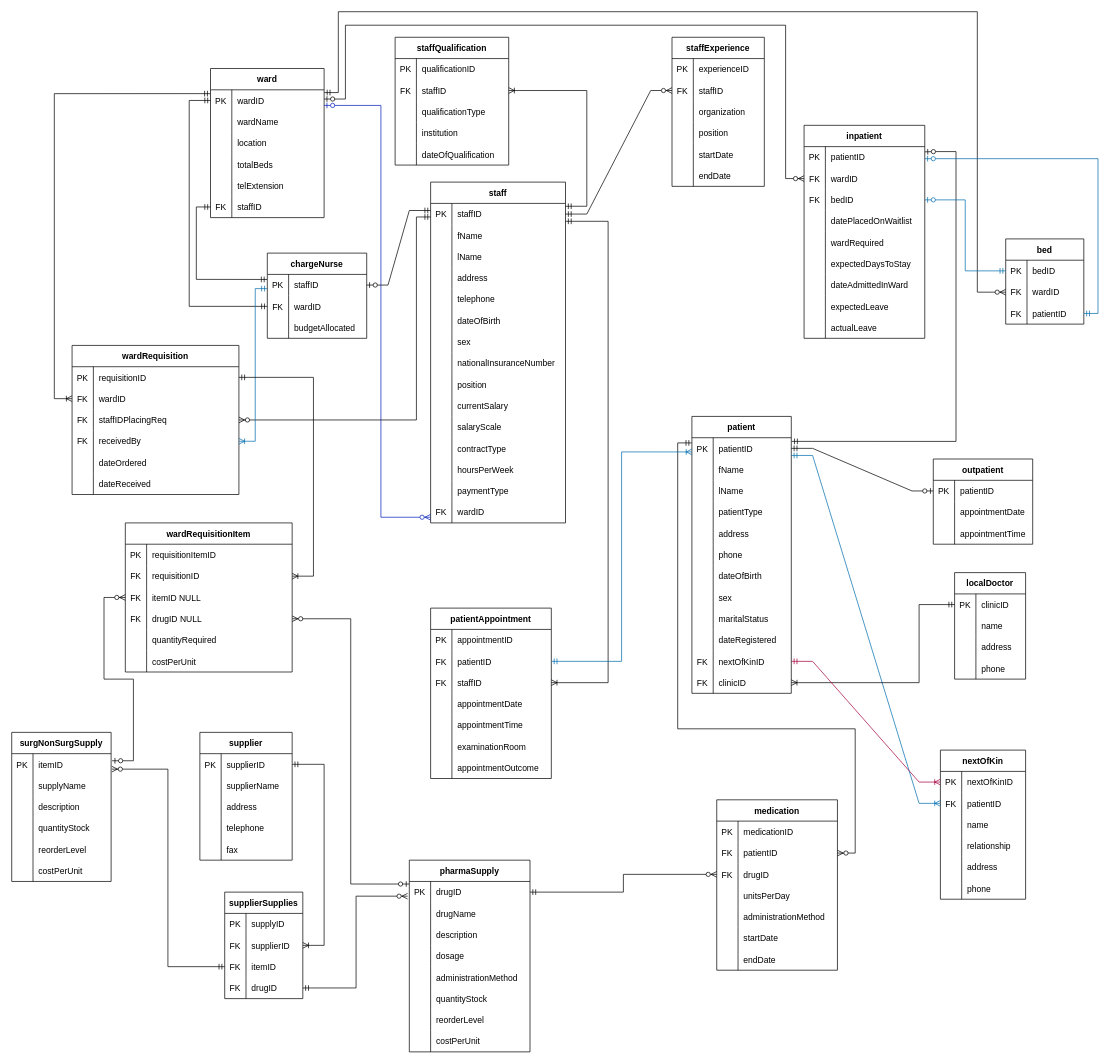
The draw.io diagram page "ERD" (3 of 3) of meadows.drawio in reynchick/meadows, before the edit. Source tidied: cells renumbered, new cells numbered last; positions are measured from the earlier drawing's top-left corner, leaving out a move shared by most shapes. Both pictures are drawn from the tidied source at 71%, with x=0, y=0 at pixel (-13, 11).
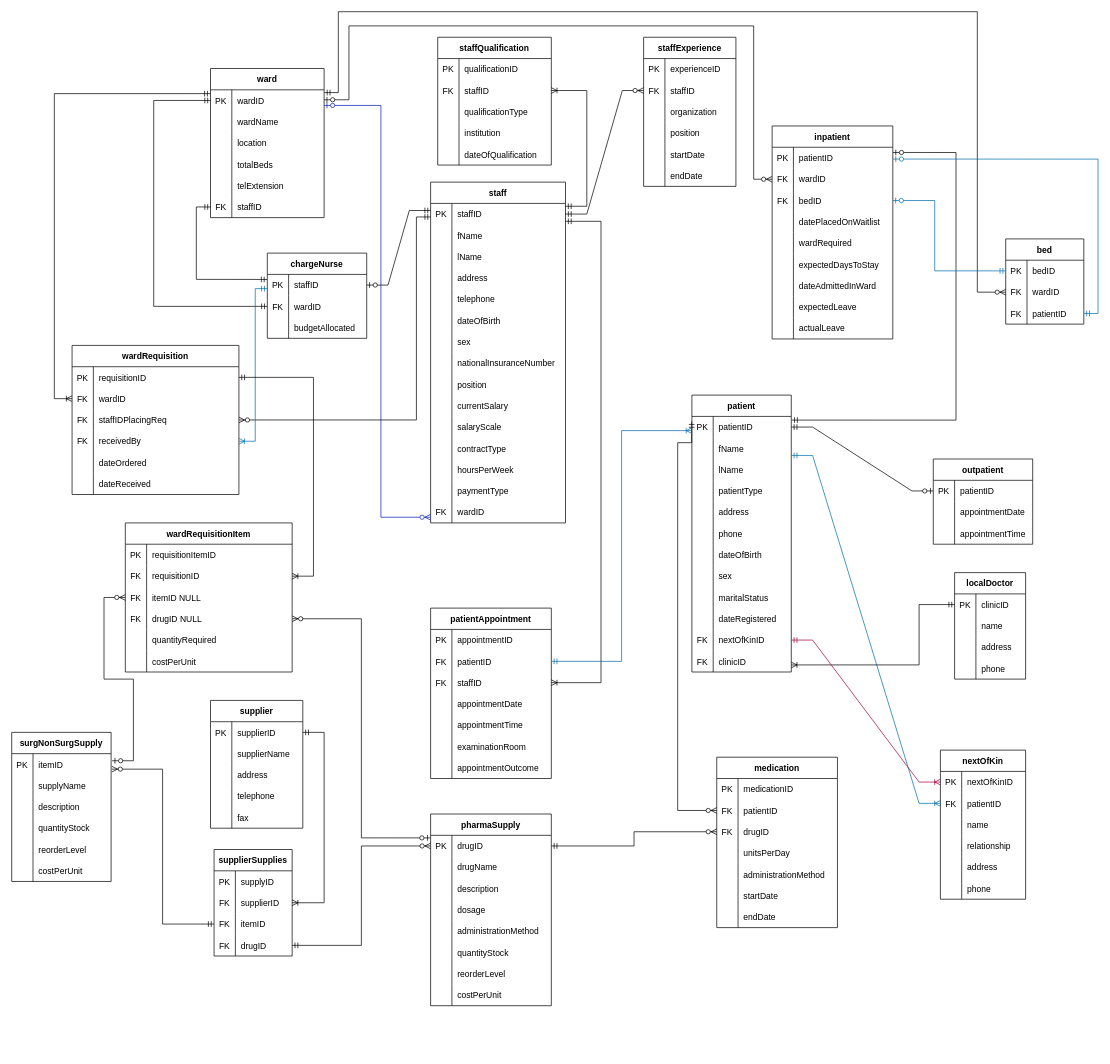
After the change.

Unchanged cells that the change refers to:
```xml
<mxCell id="3" style="shape=tableRow;horizontal=0;startSize=0;swimlaneHead=0;swimlaneBody=0;fillColor=none;points=[[0,0.5],[1,0.5]];portConstraint=eastwest;strokeColor=inherit;top=0;left=0;right=0;bottom=0;" parent="2" vertex="1">
  <mxGeometry y="30" width="160" height="30" as="geometry" />
</mxCell>
<mxCell id="22" style="shape=tableRow;horizontal=0;startSize=0;swimlaneHead=0;swimlaneBody=0;fillColor=none;points=[[0,0.5],[1,0.5]];portConstraint=eastwest;strokeColor=inherit;top=0;left=0;right=0;bottom=0;" parent="21" vertex="1">
  <mxGeometry y="30" width="190" height="30" as="geometry" />
</mxCell>
<mxCell id="106" style="shape=tableRow;horizontal=0;startSize=0;swimlaneHead=0;swimlaneBody=0;fillColor=none;points=[[0,0.5],[1,0.5]];portConstraint=eastwest;strokeColor=inherit;top=0;left=0;right=0;bottom=0;" parent="102" vertex="1">
  <mxGeometry y="60" width="140" height="30" as="geometry" />
</mxCell>
<mxCell id="113" style="shape=tableRow;horizontal=0;startSize=0;swimlaneHead=0;swimlaneBody=0;fillColor=none;points=[[0,0.5],[1,0.5]];portConstraint=eastwest;strokeColor=inherit;top=0;left=0;right=0;bottom=0;" parent="112" vertex="1">
  <mxGeometry y="30" width="140" height="30" as="geometry" />
</mxCell>
<mxCell id="146" style="shape=tableRow;horizontal=0;startSize=0;swimlaneHead=0;swimlaneBody=0;fillColor=none;points=[[0,0.5],[1,0.5]];portConstraint=eastwest;strokeColor=inherit;top=0;left=0;right=0;bottom=0;" parent="112" vertex="1">
  <mxGeometry y="360" width="140" height="30" as="geometry" />
</mxCell>
<mxCell id="169" style="shape=tableRow;horizontal=0;startSize=0;swimlaneHead=0;swimlaneBody=0;fillColor=none;points=[[0,0.5],[1,0.5]];portConstraint=eastwest;strokeColor=inherit;top=0;left=0;right=0;bottom=0;" parent="168" vertex="1">
  <mxGeometry y="30" width="100" height="30" as="geometry" />
</mxCell>
<mxCell id="188" style="shape=tableRow;horizontal=0;startSize=0;swimlaneHead=0;swimlaneBody=0;fillColor=none;points=[[0,0.5],[1,0.5]];portConstraint=eastwest;strokeColor=inherit;top=0;left=0;right=0;bottom=0;" parent="181" vertex="1">
  <mxGeometry y="90" width="170" height="30" as="geometry" />
</mxCell>
<mxCell id="204" style="shape=tableRow;horizontal=0;startSize=0;swimlaneHead=0;swimlaneBody=0;fillColor=none;points=[[0,0.5],[1,0.5]];portConstraint=eastwest;strokeColor=inherit;top=0;left=0;right=0;bottom=0;" parent="203" vertex="1">
  <mxGeometry y="30" width="170" height="30" as="geometry" />
</mxCell>
<mxCell id="207" style="shape=tableRow;horizontal=0;startSize=0;swimlaneHead=0;swimlaneBody=0;fillColor=none;points=[[0,0.5],[1,0.5]];portConstraint=eastwest;strokeColor=inherit;top=0;left=0;right=0;bottom=0;" parent="203" vertex="1">
  <mxGeometry y="60" width="170" height="30" as="geometry" />
</mxCell>
<mxCell id="210" style="shape=tableRow;horizontal=0;startSize=0;swimlaneHead=0;swimlaneBody=0;fillColor=none;points=[[0,0.5],[1,0.5]];portConstraint=eastwest;strokeColor=inherit;top=0;left=0;right=0;bottom=0;" parent="203" vertex="1">
  <mxGeometry y="90" width="170" height="30" as="geometry" />
</mxCell>
<mxCell id="232" style="shape=tableRow;horizontal=0;startSize=0;swimlaneHead=0;swimlaneBody=0;fillColor=none;points=[[0,0.5],[1,0.5]];portConstraint=eastwest;strokeColor=inherit;top=0;left=0;right=0;bottom=0;" parent="231" vertex="1">
  <mxGeometry y="30" width="110" height="30" as="geometry" />
</mxCell>
<mxCell id="238" style="shape=tableRow;horizontal=0;startSize=0;swimlaneHead=0;swimlaneBody=0;fillColor=none;points=[[0,0.5],[1,0.5]];portConstraint=eastwest;strokeColor=inherit;top=0;left=0;right=0;bottom=0;" parent="231" vertex="1">
  <mxGeometry y="90" width="110" height="30" as="geometry" />
</mxCell>
<mxCell id="245" style="shape=tableRow;horizontal=0;startSize=0;swimlaneHead=0;swimlaneBody=0;fillColor=none;points=[[0,0.5],[1,0.5]];portConstraint=eastwest;strokeColor=inherit;top=0;left=0;right=0;bottom=0;" parent="241" vertex="1">
  <mxGeometry y="60" width="170" height="30" as="geometry" />
</mxCell>
<mxCell id="289" style="shape=tableRow;horizontal=0;startSize=0;swimlaneHead=0;swimlaneBody=0;fillColor=none;points=[[0,0.5],[1,0.5]];portConstraint=eastwest;strokeColor=inherit;top=0;left=0;right=0;bottom=0;" parent="279" vertex="1">
  <mxGeometry y="120" width="110" height="30" as="geometry" />
</mxCell>
<mxCell id="325" style="shape=tableRow;horizontal=0;startSize=0;swimlaneHead=0;swimlaneBody=0;fillColor=none;points=[[0,0.5],[1,0.5]];portConstraint=eastwest;strokeColor=inherit;top=0;left=0;right=0;bottom=0;" parent="324" vertex="1">
  <mxGeometry y="30" width="170" height="30" as="geometry" />
</mxCell>
```

The edit, as a diff of the source:
```diff
@@
     <mxCell id="67" value="staffQualification" style="shape=table;startSize=30;childLayout=tableLayout;rowLines=0;fontStyle=1;align=center;" parent="1" vertex="1">
-      <mxGeometry x="575" y="36" width="160" height="180" as="geometry" />
+      <mxGeometry x="635" y="36" width="160" height="180" as="geometry" />
     </mxCell>
@@
     <mxCell id="83" value="staffExperience" style="shape=table;startSize=30;childLayout=tableLayout;rowLines=0;fontStyle=1;align=center;" parent="1" vertex="1">
-      <mxGeometry x="965" y="36" width="130" height="210" as="geometry" />
+      <mxGeometry x="925" y="36" width="130" height="210" as="geometry" />
     </mxCell>
@@
     <mxCell id="112" value="patient" style="shape=table;startSize=30;childLayout=tableLayout;rowLines=0;fontStyle=1;align=center;" parent="1" vertex="1">
-      <mxGeometry x="993" y="570" width="140" height="390" as="geometry" />
+      <mxGeometry x="993" y="540" width="140" height="390" as="geometry" />
     </mxCell>
@@
     <mxCell id="203" value="inpatient" style="shape=table;startSize=30;childLayout=tableLayout;rowLines=0;fontStyle=1;align=center;" parent="1" vertex="1">
-      <mxGeometry x="1151" y="160" width="170" height="300" as="geometry" />
+      <mxGeometry x="1106" y="160.9" width="170" height="300" as="geometry" />
     </mxCell>
@@
     <mxCell id="241" value="medication" style="shape=table;startSize=30;childLayout=tableLayout;rowLines=0;fontStyle=1;align=center;" parent="1" vertex="1">
-      <mxGeometry x="1028" y="1110" width="170" height="240" as="geometry" />
+      <mxGeometry x="1028" y="1050" width="170" height="240" as="geometry" />
     </mxCell>
@@
     <mxCell id="263" value="supplier" style="shape=table;startSize=30;childLayout=tableLayout;rowLines=0;fontStyle=1;align=center;" parent="1" vertex="1">
-      <mxGeometry x="300" y="1015" width="130" height="180" as="geometry" />
+      <mxGeometry x="315" y="970" width="130" height="180" as="geometry" />
     </mxCell>
@@
     <mxCell id="279" value="supplierSupplies" style="shape=table;startSize=30;childLayout=tableLayout;rowLines=0;fontStyle=1;align=center;" parent="1" vertex="1">
-      <mxGeometry x="335" y="1240" width="110" height="150" as="geometry" />
+      <mxGeometry x="320" y="1180" width="110" height="150" as="geometry" />
     </mxCell>
@@
     <mxCell id="324" value="pharmaSupply" style="shape=table;startSize=30;childLayout=tableLayout;rowLines=0;fontStyle=1;align=center;" parent="1" vertex="1">
-      <mxGeometry x="595" y="1195" width="170" height="270" as="geometry" />
+      <mxGeometry x="625" y="1130" width="170" height="270" as="geometry" />
     </mxCell>
@@
     <mxCell id="388" style="edgeStyle=orthogonalEdgeStyle;fontSize=12;html=1;endArrow=ERoneToMany;startArrow=ERmandOne;rounded=0;exitX=1;exitY=0.84;exitDx=0;exitDy=0;exitPerimeter=0;entryX=1;entryY=0.5;entryDx=0;entryDy=0;" parent="1" edge="1" source="22" target="188">
       <mxGeometry relative="1" as="geometry">
         <Array as="points">
-          <mxPoint x="875" y="295" />
-          <mxPoint x="875" y="945" />
+          <mxPoint x="865" y="295" />
+          <mxPoint x="865" y="945" />
         </Array>
       </mxGeometry>
     </mxCell>
@@
     <mxCell id="391" style="edgeStyle=orthogonalEdgeStyle;fontSize=12;html=1;endArrow=ERmandOne;startArrow=ERmandOne;rounded=0;exitX=0;exitY=0.5;exitDx=0;exitDy=0;entryX=0;entryY=0.5;entryDx=0;entryDy=0;" parent="1" edge="1" source="3" target="106">
       <mxGeometry relative="1" as="geometry">
         <Array as="points">
-          <mxPoint x="285" y="125" />
-          <mxPoint x="285" y="415" />
+          <mxPoint x="235" y="125" />
+          <mxPoint x="235" y="415" />
         </Array>
       </mxGeometry>
     </mxCell>
@@
-    <mxCell id="394" style="edgeStyle=orthogonalEdgeStyle;fontSize=12;html=1;endArrow=ERzeroToMany;startArrow=ERmandOne;rounded=0;entryX=-0.014;entryY=0.691;entryDx=0;entryDy=0;entryPerimeter=0;" parent="1" edge="1" source="289" target="325">
+    <mxCell id="394" style="edgeStyle=orthogonalEdgeStyle;fontSize=12;html=1;endArrow=ERzeroToMany;startArrow=ERmandOne;rounded=0;" parent="1" edge="1" source="289" target="325">
       <mxGeometry relative="1" as="geometry" />
     </mxCell>
-    <mxCell id="395" style="edgeStyle=orthogonalEdgeStyle;fontSize=12;html=1;endArrow=ERzeroToMany;startArrow=ERzeroToOne;rounded=0;exitX=1;exitY=0.5;exitDx=0;exitDy=0;entryX=0;entryY=0.5;entryDx=0;entryDy=0;" parent="1" edge="1" target="207">
+    <mxCell id="395" style="edgeStyle=orthogonalEdgeStyle;fontSize=12;html=1;endArrow=ERzeroToMany;startArrow=ERzeroToOne;rounded=0;entryX=0;entryY=0.5;entryDx=0;entryDy=0;exitX=1;exitY=0.467;exitDx=0;exitDy=0;exitPerimeter=0;" parent="1" edge="1" source="3" target="207">
       <mxGeometry relative="1" as="geometry">
-        <mxPoint x="475" y="123" as="sourcePoint" />
         <Array as="points">
-          <mxPoint x="505" y="123" />
-          <mxPoint x="505" y="19" />
-          <mxPoint x="1125" y="19" />
-          <mxPoint x="1125" y="235" />
+          <mxPoint x="510" y="124" />
+          <mxPoint x="510" y="20" />
+          <mxPoint x="1080" y="20" />
+          <mxPoint x="1080" y="236" />
         </Array>
       </mxGeometry>
     </mxCell>
@@
-    <mxCell id="403" style="edgeStyle=orthogonalEdgeStyle;fontSize=12;html=1;endArrow=ERzeroToMany;startArrow=ERmandOne;rounded=0;exitX=-0.002;exitY=0.243;exitDx=0;exitDy=0;exitPerimeter=0;entryX=1;entryY=0.5;entryDx=0;entryDy=0;" parent="1" edge="1" source="113" target="245">
+    <mxCell id="403" style="edgeStyle=orthogonalEdgeStyle;fontSize=12;html=1;endArrow=ERzeroToMany;startArrow=ERmandOne;rounded=0;exitX=-0.002;exitY=0.243;exitDx=0;exitDy=0;exitPerimeter=0;entryX=0;entryY=0.5;entryDx=0;entryDy=0;" parent="1" edge="1" source="113" target="245">
       <mxGeometry relative="1" as="geometry">
         <Array as="points">
+          <mxPoint x="993" y="607" />
           <mxPoint x="973" y="607" />
-          <mxPoint x="973" y="1010" />
-          <mxPoint x="1223" y="1010" />
-          <mxPoint x="1223" y="1185" />
+          <mxPoint x="973" y="1125" />
         </Array>
       </mxGeometry>
     </mxCell>
@@
-    <mxCell id="405" style="edgeStyle=orthogonalEdgeStyle;fontSize=12;html=1;endArrow=ERoneToMany;startArrow=ERmandOne;rounded=0;exitX=0;exitY=0.5;exitDx=0;exitDy=0;entryX=1;entryY=0.5;entryDx=0;entryDy=0;" parent="1" edge="1" source="169" target="146">
+    <mxCell id="405" style="edgeStyle=orthogonalEdgeStyle;fontSize=12;html=1;endArrow=ERoneToMany;startArrow=ERmandOne;rounded=0;exitX=0;exitY=0.5;exitDx=0;exitDy=0;entryX=1;entryY=0.67;entryDx=0;entryDy=0;entryPerimeter=0;" parent="1" edge="1" source="169" target="146">
       <mxGeometry relative="1" as="geometry">
         <Array as="points">
           <mxPoint x="1313" y="835" />
-          <mxPoint x="1313" y="945" />
+          <mxPoint x="1313" y="920" />
+          <mxPoint x="1155" y="920" />
         </Array>
       </mxGeometry>
     </mxCell>
@@
     <mxCell id="407" style="edgeStyle=orthogonalEdgeStyle;fontSize=12;html=1;endArrow=ERzeroToOne;startArrow=ERmandOne;rounded=0;entryX=1.001;entryY=0.245;entryDx=0;entryDy=0;exitX=1.004;exitY=0.172;exitDx=0;exitDy=0;exitPerimeter=0;entryPerimeter=0;" parent="1" edge="1" source="113" target="204">
       <mxGeometry relative="1" as="geometry">
         <Array as="points">
-          <mxPoint x="1365" y="605" />
-          <mxPoint x="1365" y="197" />
-          <mxPoint x="1335" y="197" />
+          <mxPoint x="1365" y="575" />
+          <mxPoint x="1365" y="198" />
         </Array>
       </mxGeometry>
     </mxCell>
@@
     <mxCell id="410" style="edgeStyle=orthogonalEdgeStyle;fontSize=12;html=1;endArrow=ERzeroToOne;startArrow=ERmandOne;rounded=0;exitX=0;exitY=0.5;exitDx=0;exitDy=0;entryX=1;entryY=0.5;entryDx=0;entryDy=0;fillColor=#1ba1e2;strokeColor=#006EAF;" parent="1" edge="1" source="232" target="210">
-      <mxGeometry relative="1" as="geometry" />
+      <mxGeometry relative="1" as="geometry">
+        <Array as="points">
+          <mxPoint x="1335" y="365" />
+          <mxPoint x="1335" y="266" />
+        </Array>
+      </mxGeometry>
     </mxCell>
-    <mxCell id="411" style="edgeStyle=orthogonalEdgeStyle;fontSize=12;html=1;endArrow=ERzeroToOne;startArrow=ERmandOne;rounded=0;exitX=1;exitY=0.5;exitDx=0;exitDy=0;fillColor=#1ba1e2;strokeColor=#006EAF;" parent="1" edge="1" source="238">
+    <mxCell id="411" style="edgeStyle=orthogonalEdgeStyle;fontSize=12;html=1;endArrow=ERzeroToOne;startArrow=ERmandOne;rounded=0;exitX=1;exitY=0.5;exitDx=0;exitDy=0;fillColor=#1ba1e2;strokeColor=#006EAF;entryX=1.001;entryY=0.555;entryDx=0;entryDy=0;entryPerimeter=0;" parent="1" edge="1" source="238" target="204">
       <mxGeometry relative="1" as="geometry">
-        <mxPoint x="1321" y="207" as="targetPoint" />
         <Array as="points">
           <mxPoint x="1565" y="425" />
-          <mxPoint x="1565" y="207" />
+          <mxPoint x="1565" y="208" />
         </Array>
       </mxGeometry>
     </mxCell>
```
